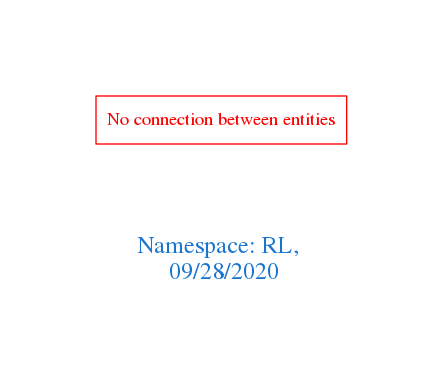
This is downloads/RL.png from arago/OGIT, a Graphviz export, as it was before one commit. Its source is kept beside it as downloads/RL.dot.
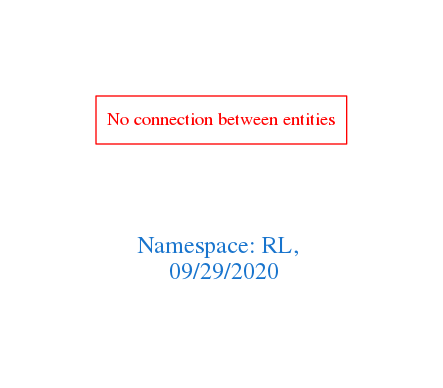
Later version of the same file.

Change to the diagram source:
```diff
@@ -1,7 +1,7 @@
 digraph OGIT_ontology {
  graph [ rankdir= LR,pad=1
 fontsize = 18,
-fontcolor= dodgerblue3,label = "\n\n\nNamespace: RL, \n 09/28/2020"];
+fontcolor= dodgerblue3,label = "\n\n\nNamespace: RL, \n 09/29/2020"];
 node[shape=polygon];
 edge [  color="gray81"];
 
```
